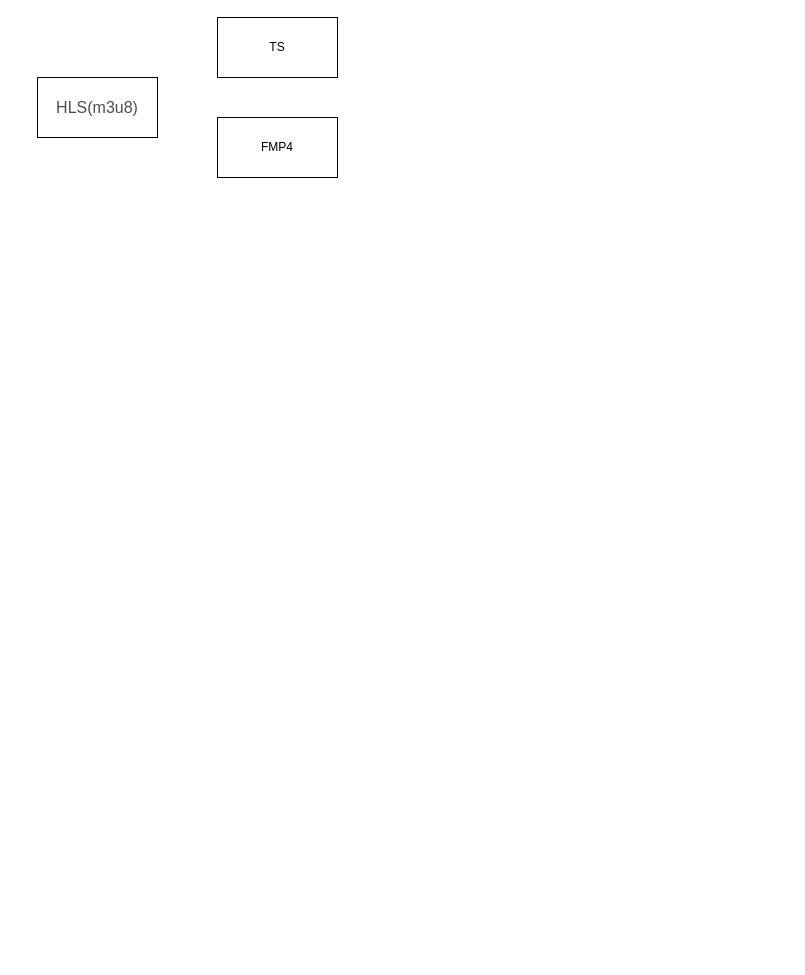
Earlier version of the draw.io diagram MultiMedia.drawio (loleng/mediatools). Source tidied: cells renumbered, new cells numbered last; positions are measured from the earlier drawing's top-left corner, leaving out a move shared by most shapes. Both pictures are drawn from the tidied source at 100%, with x=0, y=0 at pixel (37, 17).
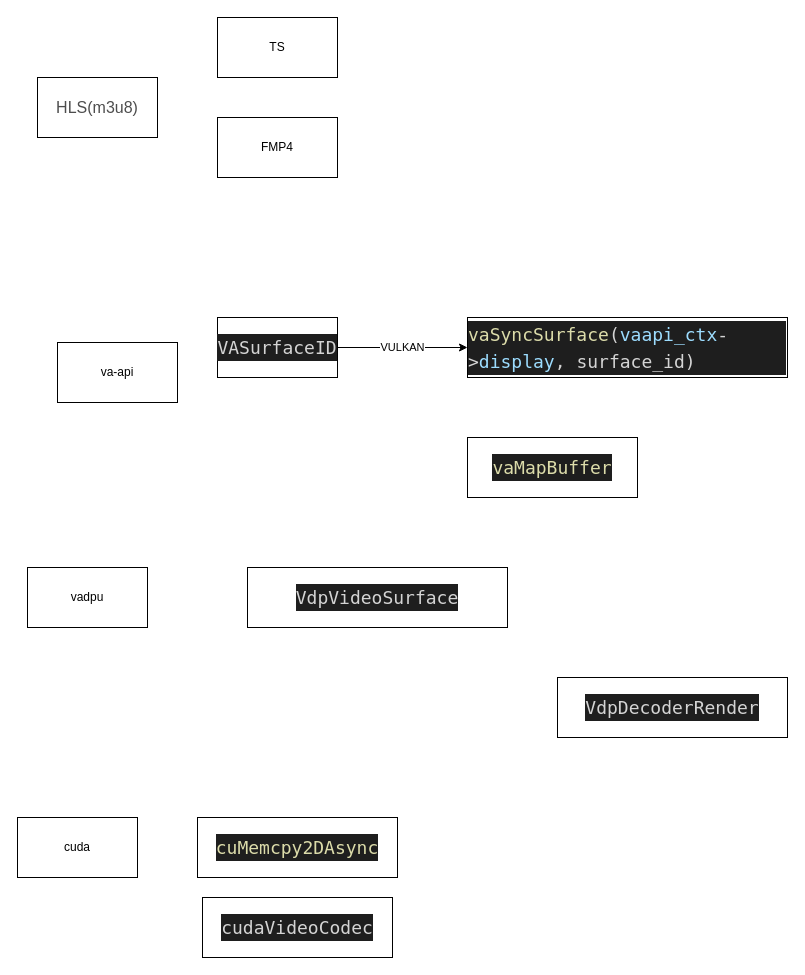
After the change.

What changed in the source:
```diff
@@
 <mxGraphModel>
   <root>
     <mxCell id="0" />
     <mxCell id="1" parent="0" />
     <mxCell id="2" value="&lt;span style=&quot;font-size: 16px ; color: rgb(77 , 77 , 77) ; font-family: , &amp;#34;sf ui text&amp;#34; , &amp;#34;arial&amp;#34; , &amp;#34;pingfang sc&amp;#34; , &amp;#34;hiragino sans gb&amp;#34; , &amp;#34;microsoft yahei&amp;#34; , &amp;#34;wenquanyi micro hei&amp;#34; , sans-serif , &amp;#34;simhei&amp;#34; , &amp;#34;simsun&amp;#34; ; background-color: rgb(255 , 255 , 255)&quot;&gt;HLS(m3u8)&lt;/span&gt;" style="rounded=0;whiteSpace=wrap;html=1;" parent="1" vertex="1">
       <mxGeometry y="60" width="120" height="60" as="geometry" />
     </mxCell>
     <mxCell id="3" value="TS" style="rounded=0;whiteSpace=wrap;html=1;" parent="1" vertex="1">
       <mxGeometry x="180" width="120" height="60" as="geometry" />
     </mxCell>
     <mxCell id="4" value="FMP4" style="rounded=0;whiteSpace=wrap;html=1;" parent="1" vertex="1">
       <mxGeometry x="180" y="100" width="120" height="60" as="geometry" />
     </mxCell>
+    <mxCell id="5" value="va-api" style="rounded=0;whiteSpace=wrap;html=1;" parent="1" vertex="1">
+      <mxGeometry x="20" y="325" width="120" height="60" as="geometry" />
+    </mxCell>
+    <mxCell id="6" value="VULKAN" style="edgeStyle=orthogonalEdgeStyle;rounded=0;jettySize=auto;html=1;" parent="1" edge="1" source="7" target="8">
+      <mxGeometry relative="1" as="geometry" />
+    </mxCell>
+    <mxCell id="7" value="&lt;div style=&quot;text-align: start; color: rgb(212, 212, 212); background-color: rgb(30, 30, 30); font-family: Menlo, Monaco, &amp;quot;Courier New&amp;quot;, monospace; font-size: 18px; line-height: 27px;&quot;&gt;&lt;div style=&quot;line-height: 27px;&quot;&gt;VASurfaceID&lt;/div&gt;&lt;/div&gt;" style="whiteSpace=wrap;html=1;" parent="1" vertex="1">
+      <mxGeometry x="180" y="300" width="120" height="60" as="geometry" />
+    </mxCell>
+    <mxCell id="8" value="&lt;div style=&quot;text-align: start; color: rgb(212, 212, 212); background-color: rgb(30, 30, 30); font-family: Menlo, Monaco, &amp;quot;Courier New&amp;quot;, monospace; font-size: 18px; line-height: 27px;&quot;&gt;&lt;span style=&quot;color: rgb(220, 220, 170);&quot;&gt;vaSyncSurface&lt;/span&gt;(&lt;span style=&quot;color: rgb(156, 220, 254);&quot;&gt;vaapi_ctx&lt;/span&gt;-&amp;gt;&lt;span style=&quot;color: rgb(156, 220, 254);&quot;&gt;display&lt;/span&gt;, surface_id)&lt;/div&gt;" style="whiteSpace=wrap;html=1;" parent="1" vertex="1">
+      <mxGeometry x="430" y="300" width="320" height="60" as="geometry" />
+    </mxCell>
+    <mxCell id="9" value="&lt;div style=&quot;text-align: start; color: rgb(212, 212, 212); background-color: rgb(30, 30, 30); font-family: Menlo, Monaco, &amp;quot;Courier New&amp;quot;, monospace; font-size: 18px; line-height: 27px;&quot;&gt;&lt;span style=&quot;color: rgb(220, 220, 170);&quot;&gt;vaMapBuffer&lt;/span&gt;&lt;/div&gt;" style="whiteSpace=wrap;html=1;" parent="1" vertex="1">
+      <mxGeometry x="430" y="420" width="170" height="60" as="geometry" />
+    </mxCell>
+    <mxCell id="10" value="vadpu&lt;br&gt;" style="whiteSpace=wrap;html=1;" parent="1" vertex="1">
+      <mxGeometry x="-10" y="550" width="120" height="60" as="geometry" />
+    </mxCell>
+    <mxCell id="11" value="&lt;div style=&quot;text-align: start; color: rgb(212, 212, 212); background-color: rgb(30, 30, 30); font-family: Menlo, Monaco, &amp;quot;Courier New&amp;quot;, monospace; font-size: 18px; line-height: 27px;&quot;&gt;VdpVideoSurface&lt;/div&gt;" style="whiteSpace=wrap;html=1;" parent="1" vertex="1">
+      <mxGeometry x="210" y="550" width="260" height="60" as="geometry" />
+    </mxCell>
+    <mxCell id="12" value="&lt;div style=&quot;text-align: start; color: rgb(212, 212, 212); background-color: rgb(30, 30, 30); font-family: Menlo, Monaco, &amp;quot;Courier New&amp;quot;, monospace; font-size: 18px; line-height: 27px;&quot;&gt;VdpDecoderRender&lt;/div&gt;" style="whiteSpace=wrap;html=1;" parent="1" vertex="1">
+      <mxGeometry x="520" y="660" width="230" height="60" as="geometry" />
+    </mxCell>
+    <mxCell id="13" value="cuda" style="whiteSpace=wrap;html=1;" parent="1" vertex="1">
+      <mxGeometry x="-20" y="800" width="120" height="60" as="geometry" />
+    </mxCell>
+    <mxCell id="14" value="&lt;div style=&quot;text-align: start; color: rgb(212, 212, 212); background-color: rgb(30, 30, 30); font-family: Menlo, Monaco, &amp;quot;Courier New&amp;quot;, monospace; font-size: 18px; line-height: 27px;&quot;&gt;&lt;span style=&quot;color: rgb(220, 220, 170);&quot;&gt;cuMemcpy2DAsync&lt;/span&gt;&lt;/div&gt;" style="whiteSpace=wrap;html=1;" parent="1" vertex="1">
+      <mxGeometry x="160" y="800" width="200" height="60" as="geometry" />
+    </mxCell>
+    <mxCell id="15" value="&lt;div style=&quot;text-align: start; color: rgb(212, 212, 212); background-color: rgb(30, 30, 30); font-family: Menlo, Monaco, &amp;quot;Courier New&amp;quot;, monospace; font-size: 18px; line-height: 27px;&quot;&gt;cudaVideoCodec&lt;/div&gt;" style="whiteSpace=wrap;html=1;" parent="1" vertex="1">
+      <mxGeometry x="165" y="880" width="190" height="60" as="geometry" />
+    </mxCell>
   </root>
 </mxGraphModel>
```
